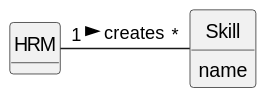
The PlantUML diagram docs/sprintB/us001/02.analysis/svg/us001-domain-model.svg in diogoveirospro/lei-24-s2-1dg-g072, before a commit.
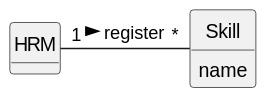
The same diagram one commit later.

Commit message:
Updated the use case diagram, updated US01 and US02 analyses

Diff of the diagram source:
```diff
@@ -24,5 +24,5 @@
 
 
 
-HRM "1  " - "*" Skill: creates >
+HRM "1  " - "*" Skill: register >
 @enduml
```
